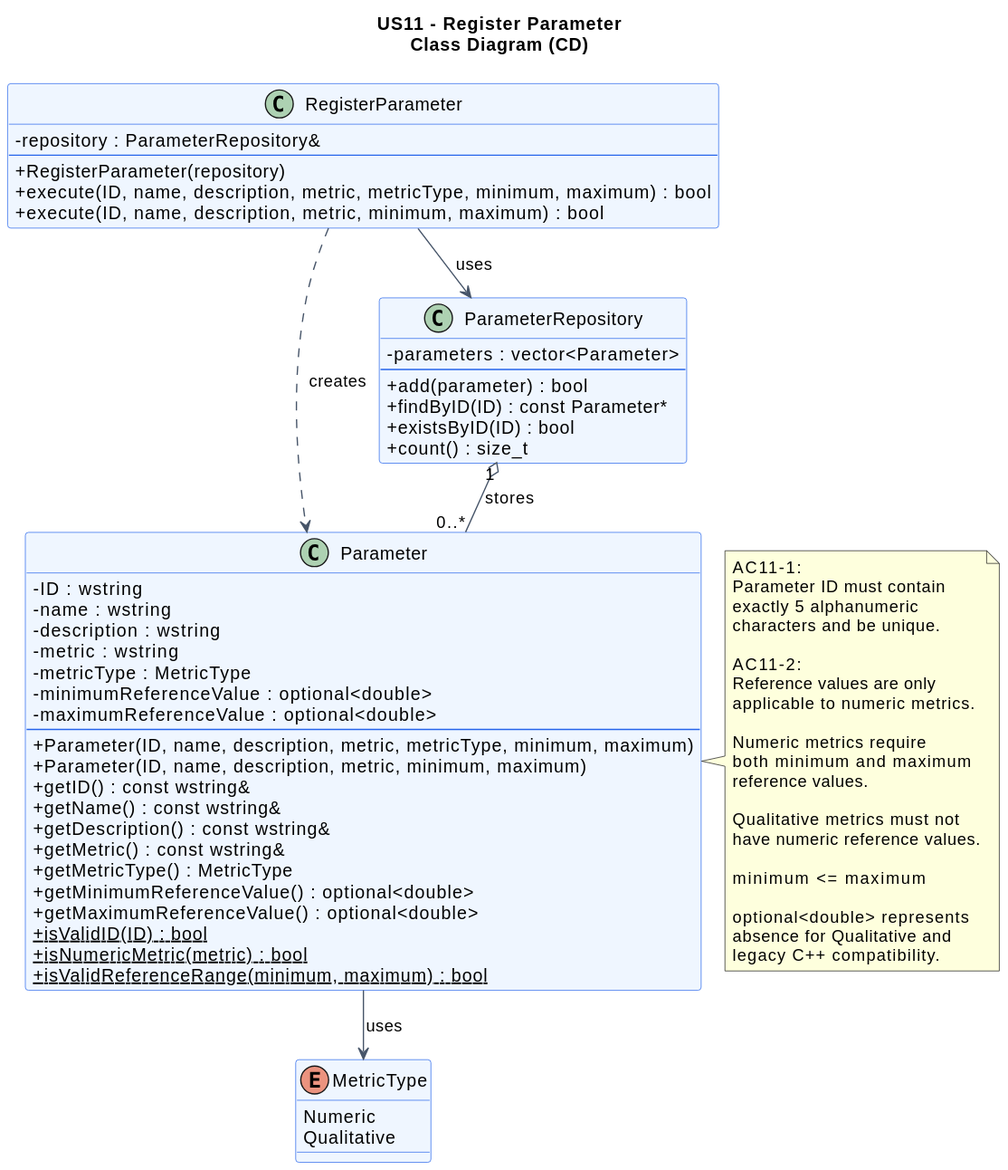
This is docs/system-documentation/US11/svg/US11-CD.svg from jmaia574/leti-esoft-26-27-B6, a PlantUML export, as it was before one commit.
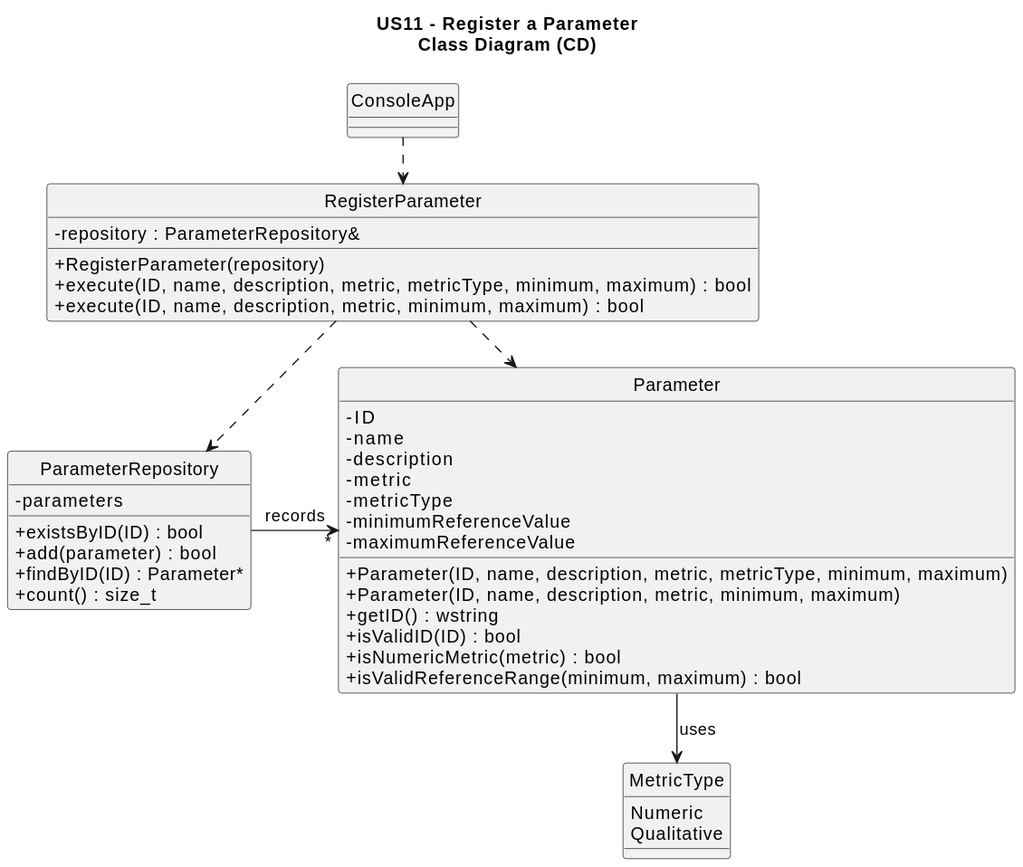
Above is the later version.

Diff of the diagram source:
```diff
@@ -1,86 +1,53 @@
 @startuml
 !pragma layout smetana
+title US11 - Register a Parameter\nClass Diagram (CD)
 
-title US11 - Register Parameter\nClass Diagram (CD)
+hide circle
+skinparam classAttributeIconSize 0
 
-skinparam backgroundColor #FFFFFF
-skinparam shadowing false
-skinparam classAttributeIconSize 0
-skinparam classBorderColor #2563EB
-skinparam classBackgroundColor #EFF6FF
-skinparam ArrowColor #475569
+class ConsoleApp {
+}
+
+class RegisterParameter {
+    -repository : ParameterRepository&
+    +RegisterParameter(repository)
+    +execute(ID, name, description, metric, metricType, minimum, maximum) : bool
+    +execute(ID, name, description, metric, minimum, maximum) : bool
+}
+
+class ParameterRepository {
+    -parameters
+    +existsByID(ID) : bool
+    +add(parameter) : bool
+    +findByID(ID) : Parameter*
+    +count() : size_t
+}
+
+class Parameter {
+    -ID
+    -name
+    -description
+    -metric
+    -metricType
+    -minimumReferenceValue
+    -maximumReferenceValue
+    +Parameter(ID, name, description, metric, metricType, minimum, maximum)
+    +Parameter(ID, name, description, metric, minimum, maximum)
+    +getID() : wstring
+    +isValidID(ID) : bool
+    +isNumericMetric(metric) : bool
+    +isValidReferenceRange(minimum, maximum) : bool
+}
 
 enum MetricType {
     Numeric
     Qualitative
 }
 
-class Parameter {
-    - ID : wstring
-    - name : wstring
-    - description : wstring
-    - metric : wstring
-    - metricType : MetricType
-    - minimumReferenceValue : optional<double>
-    - maximumReferenceValue : optional<double>
-    --
-    + Parameter(ID, name, description, metric, metricType, minimum, maximum)
-    + Parameter(ID, name, description, metric, minimum, maximum)
-    + getID() : const wstring&
-    + getName() : const wstring&
-    + getDescription() : const wstring&
-    + getMetric() : const wstring&
-    + getMetricType() : MetricType
-    + getMinimumReferenceValue() : optional<double>
-    + getMaximumReferenceValue() : optional<double>
-    + {static} isValidID(ID) : bool
-    + {static} isNumericMetric(metric) : bool
-    + {static} isValidReferenceRange(minimum, maximum) : bool
-}
+ConsoleApp ..> RegisterParameter
+RegisterParameter ..> ParameterRepository
+RegisterParameter ..> Parameter
 
-class ParameterRepository {
-    - parameters : vector<Parameter>
-    --
-    + add(parameter) : bool
-    + findByID(ID) : const Parameter*
-    + existsByID(ID) : bool
-    + count() : size_t
-}
-
-class RegisterParameter {
-    - repository : ParameterRepository&
-    --
-    + RegisterParameter(repository)
-    + execute(ID, name, description, metric, metricType, minimum, maximum) : bool
-    + execute(ID, name, description, metric, minimum, maximum) : bool
-}
-
+ParameterRepository -> "  * " Parameter : records
 Parameter --> MetricType : uses
-ParameterRepository "1" o-- "0..*" Parameter : stores
-RegisterParameter --> ParameterRepository : uses
-RegisterParameter ..> Parameter : creates
-
-note right of Parameter
-AC11-1:
-Parameter ID must contain
-exactly 5 alphanumeric
-characters and be unique.
-
-AC11-2:
-Reference values are only
-applicable to numeric metrics.
-
-Numeric metrics require
-both minimum and maximum
-reference values.
-
-Qualitative metrics must not
-have numeric reference values.
-
-minimum <= maximum
-
-optional<double> represents
-absence for Qualitative and
-legacy C++ compatibility.
-end note
 @enduml
```
